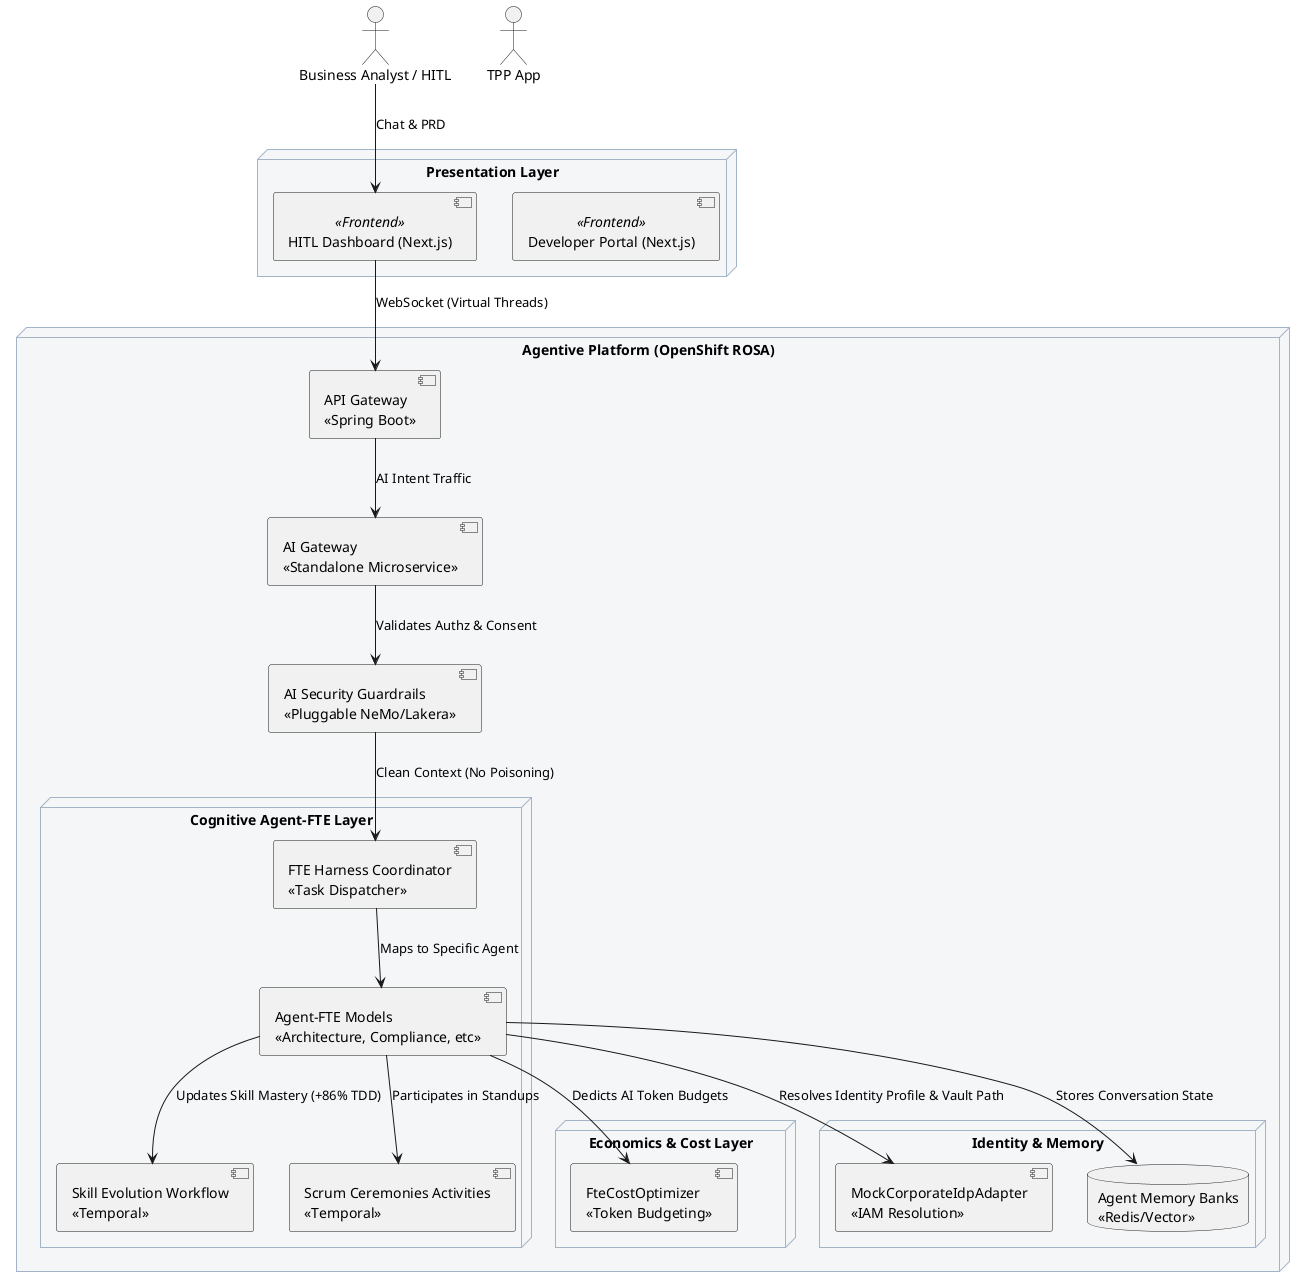
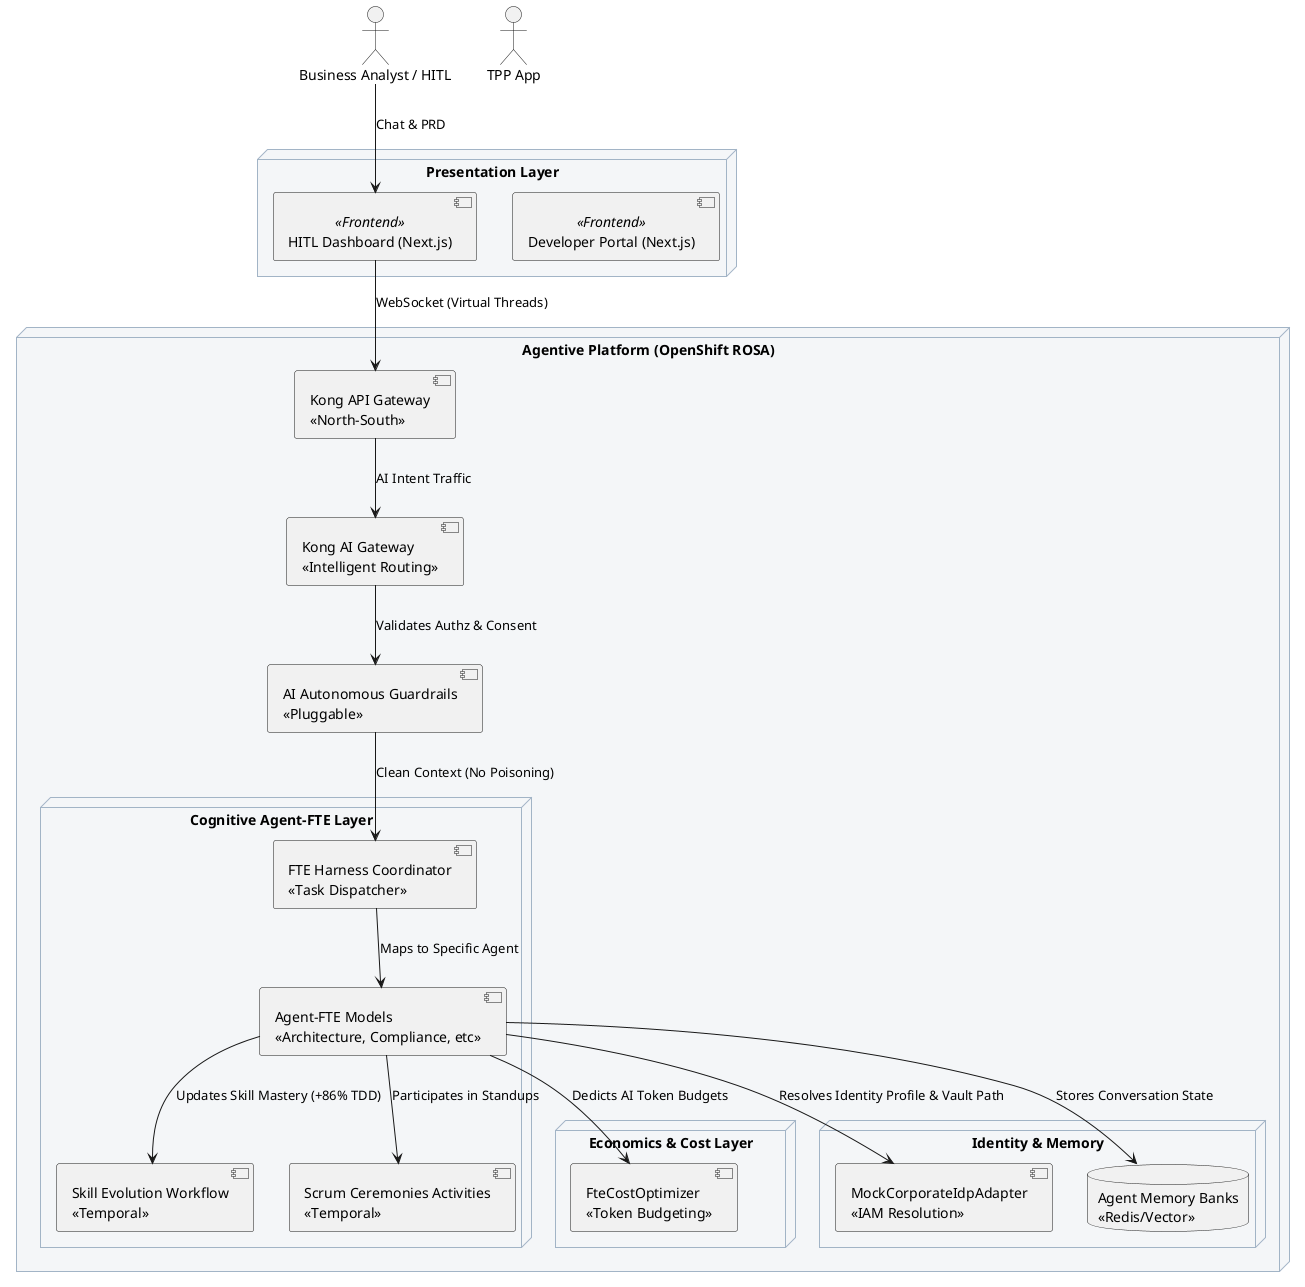
@startuml AI_Cognitive_Architecture
skinparam node {
    BackgroundColor #f4f6f8
    BorderColor #a2b4c6
}

actor "Business Analyst / HITL" as hitl
actor "TPP App" as App

node "Presentation Layer" {
    [Developer Portal (Next.js)] <<Frontend>>
    [HITL Dashboard (Next.js)] <<Frontend>>
}

node "Agentive Platform (OpenShift ROSA)" {

-     component "API Gateway\n<<Spring Boot>>" as apiGw
-     component "AI Gateway\n<<Standalone Microservice>>" as aiGw
-     component "AI Security Guardrails\n<<Pluggable NeMo/Lakera>>" as aiSec
+     component "Kong API Gateway\n<<North-South>>" as apiGw
+     component "Kong AI Gateway\n<<Intelligent Routing>>" as aiGw
+     component "AI Autonomous Guardrails\n<<Pluggable>>" as aiSec

    node "Cognitive Agent-FTE Layer" {
        component "FTE Harness Coordinator\n<<Task Dispatcher>>" as harness
        component "Agent-FTE Models\n<<Architecture, Compliance, etc>>" as agents
        component "Skill Evolution Workflow\n<<Temporal>>" as skillEvo
        component "Scrum Ceremonies Activities\n<<Temporal>>" as scrum
    }

    node "Economics & Cost Layer" {
        component "FteCostOptimizer\n<<Token Budgeting>>" as cost
    }

    node "Identity & Memory" {
        component "MockCorporateIdpAdapter\n<<IAM Resolution>>" as idp
        database "Agent Memory Banks\n<<Redis/Vector>>" as memory
    }
}

hitl --> [HITL Dashboard (Next.js)] : Chat & PRD
[HITL Dashboard (Next.js)] --> apiGw : WebSocket (Virtual Threads)
apiGw --> aiGw : AI Intent Traffic
aiGw --> aiSec : Validates Authz & Consent
aiSec --> harness : Clean Context (No Poisoning)

harness --> agents : Maps to Specific Agent
agents --> idp : Resolves Identity Profile & Vault Path
agents --> skillEvo : Updates Skill Mastery (+86% TDD)
agents --> scrum : Participates in Standups
agents --> cost : Dedicts AI Token Budgets
agents --> memory : Stores Conversation State

@enduml
